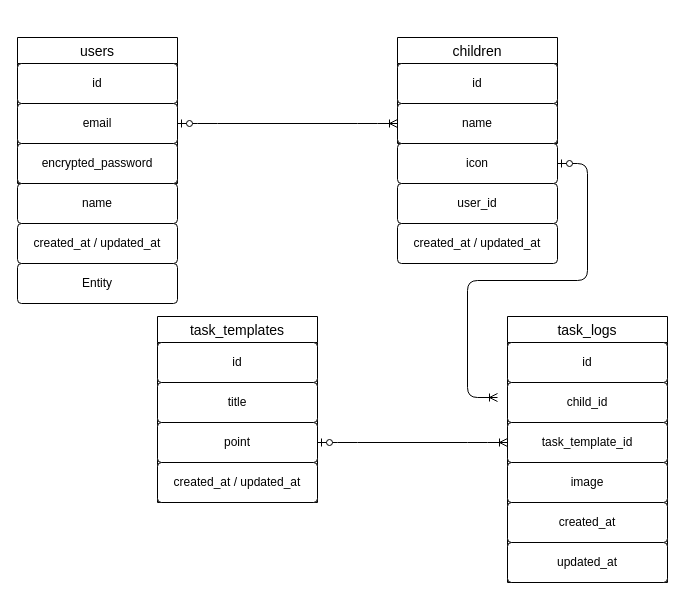
Earlier version of the draw.io diagram tetsumemo.dio (fn2025fn/tetsumemo). Source tidied: cells renumbered, new cells numbered last; positions are measured from the earlier drawing's top-left corner, leaving out a move shared by most shapes. Both pictures are drawn from the tidied source at 100%, with x=0, y=0 at pixel (17, 37).
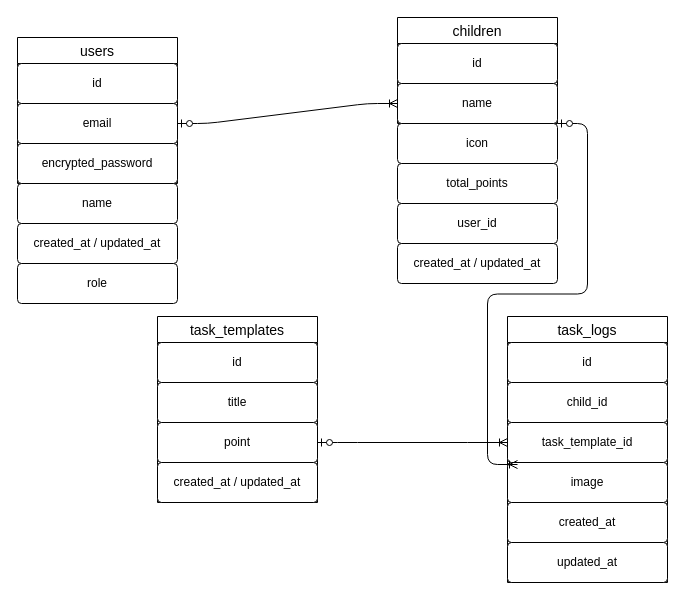
Above is the later version.

The edit, as a diff of the source:
```diff
@@
     <mxCell id="8" value="children" style="swimlane;fontStyle=0;horizontal=1;startSize=26;align=center;fontSize=14;" parent="1" vertex="1">
-      <mxGeometry x="380" width="160" height="106" as="geometry" />
+      <mxGeometry x="380" y="-20" width="160" height="106" as="geometry" />
     </mxCell>
@@
     <mxCell id="11" value="icon" style="rounded=1;arcSize=10;whiteSpace=wrap;html=1;align=center;" parent="1" vertex="1">
-      <mxGeometry x="380" y="106" width="160" height="40" as="geometry" />
+      <mxGeometry x="380" y="86" width="160" height="40" as="geometry" />
     </mxCell>
     <mxCell id="12" value="user_id" style="rounded=1;arcSize=10;whiteSpace=wrap;html=1;align=center;" parent="1" vertex="1">
-      <mxGeometry x="380" y="146" width="160" height="40" as="geometry" />
+      <mxGeometry x="380" y="166" width="160" height="40" as="geometry" />
     </mxCell>
     <mxCell id="13" value="&lt;span style=&quot;color: rgb(0, 0, 0);&quot;&gt;created_at / updated_at&lt;/span&gt;" style="rounded=1;arcSize=10;whiteSpace=wrap;html=1;align=center;" parent="1" vertex="1">
-      <mxGeometry x="380" y="186" width="160" height="40" as="geometry" />
+      <mxGeometry x="380" y="206" width="160" height="40" as="geometry" />
     </mxCell>
@@
-    <mxCell id="27" style="edgeStyle=entityRelationEdgeStyle;fontSize=12;html=1;endArrow=ERoneToMany;startArrow=ERzeroToOne;exitX=1;exitY=0.5;exitDx=0;exitDy=0;" parent="1" edge="1" source="11">
+    <mxCell id="27" style="edgeStyle=entityRelationEdgeStyle;fontSize=12;html=1;endArrow=ERoneToMany;startArrow=ERzeroToOne;exitX=1;exitY=1;exitDx=0;exitDy=0;" parent="1" edge="1" source="8">
       <mxGeometry relative="1" as="geometry">
-        <mxPoint x="480" y="360" as="targetPoint" />
+        <mxPoint x="500" y="427" as="targetPoint" />
         <Array as="points">
-          <mxPoint x="330" y="120" />
-          <mxPoint x="500" y="270" />
+          <mxPoint x="350" y="187" />
+          <mxPoint x="520" y="337" />
         </Array>
       </mxGeometry>
     </mxCell>
@@
-    <mxCell id="29" value="Entity" style="rounded=1;arcSize=10;whiteSpace=wrap;html=1;align=center;" parent="1" vertex="1">
+    <mxCell id="29" value="role" style="rounded=1;arcSize=10;whiteSpace=wrap;html=1;align=center;" parent="1" vertex="1">
       <mxGeometry y="226" width="160" height="40" as="geometry" />
     </mxCell>
+    <mxCell id="30" value="&lt;p class=&quot;p1&quot;&gt;total_points&lt;/p&gt;" style="rounded=1;arcSize=10;whiteSpace=wrap;html=1;align=center;" parent="1" vertex="1">
+      <mxGeometry x="380" y="126" width="160" height="40" as="geometry" />
+    </mxCell>
```
